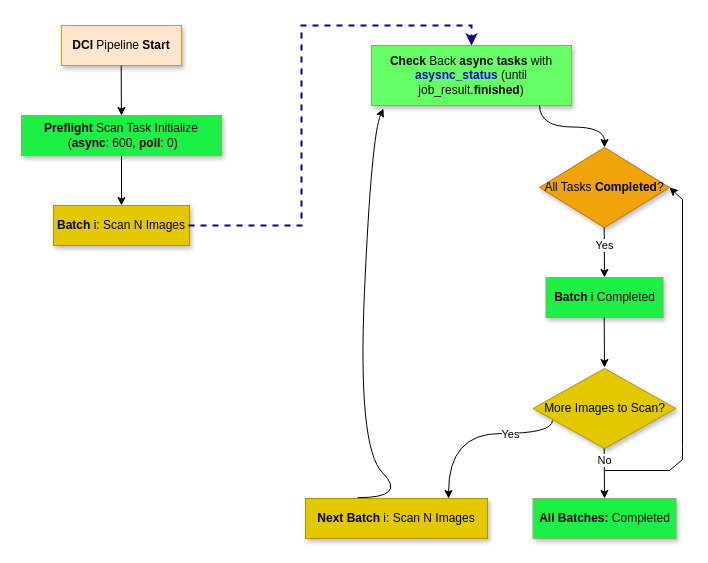
ansvu/ava-project keeps this draw.io diagram as parallel-async.drawio. Above is the earlier version. Source tidied: cells renumbered, new cells numbered last; positions are measured from the earlier drawing's top-left corner, leaving out a move shared by most shapes. Both pictures are drawn from the tidied source at 100%, with x=0, y=0 at pixel (21, 25).
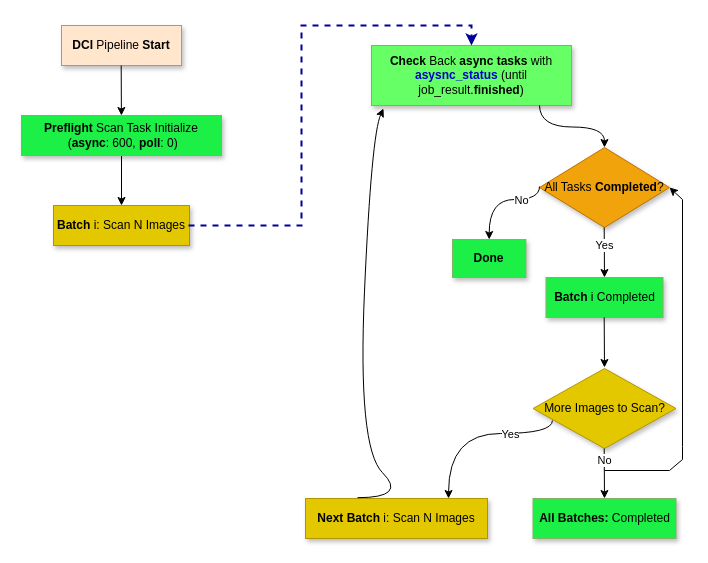
Above is the later version.

What changed in the source:
```diff
@@
+    <mxCell id="24" value="&lt;b&gt;Done&lt;/b&gt;" style="rounded=0;whiteSpace=wrap;html=1;fillColor=#1CF047;strokeColor=#82b366;shadow=1;" parent="1" vertex="1">
+      <mxGeometry x="431" y="214" width="73.4" height="38" as="geometry" />
+    </mxCell>
+    <mxCell id="25" style="endArrow=classic;html=1;rounded=0;entryX=0.5;entryY=0;entryDx=0;entryDy=0;edgeStyle=orthogonalEdgeStyle;elbow=vertical;curved=1;exitX=0.136;exitY=0.65;exitDx=0;exitDy=0;exitPerimeter=0;" parent="1" edge="1" target="24">
+      <mxGeometry relative="1" as="geometry">
+        <mxPoint x="518" y="161" as="sourcePoint" />
+        <Array as="points">
+          <mxPoint x="518" y="174" />
+          <mxPoint x="468" y="174" />
+        </Array>
+      </mxGeometry>
+    </mxCell>
+    <mxCell id="26" value="No" style="edgeLabel;html=1;align=center;verticalAlign=middle;" parent="25" vertex="1">
+      <mxGeometry x="-0.39" relative="1" as="geometry" />
+    </mxCell>
```
